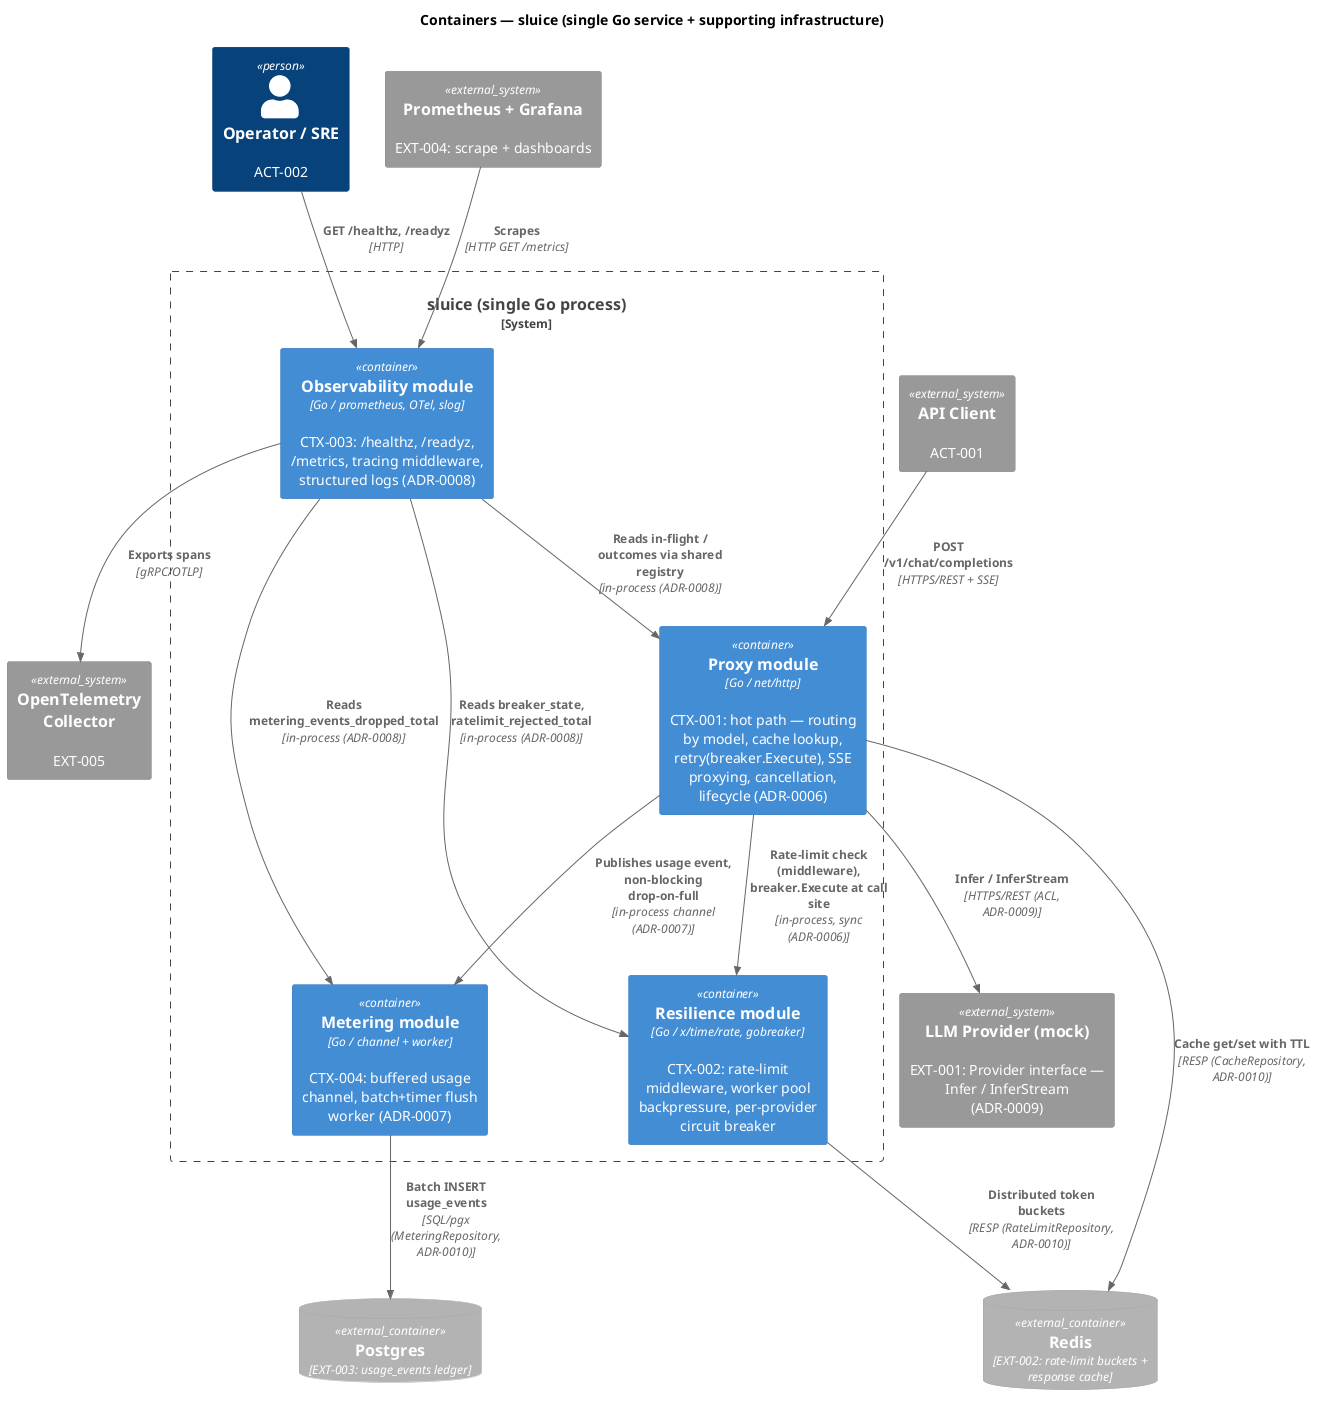
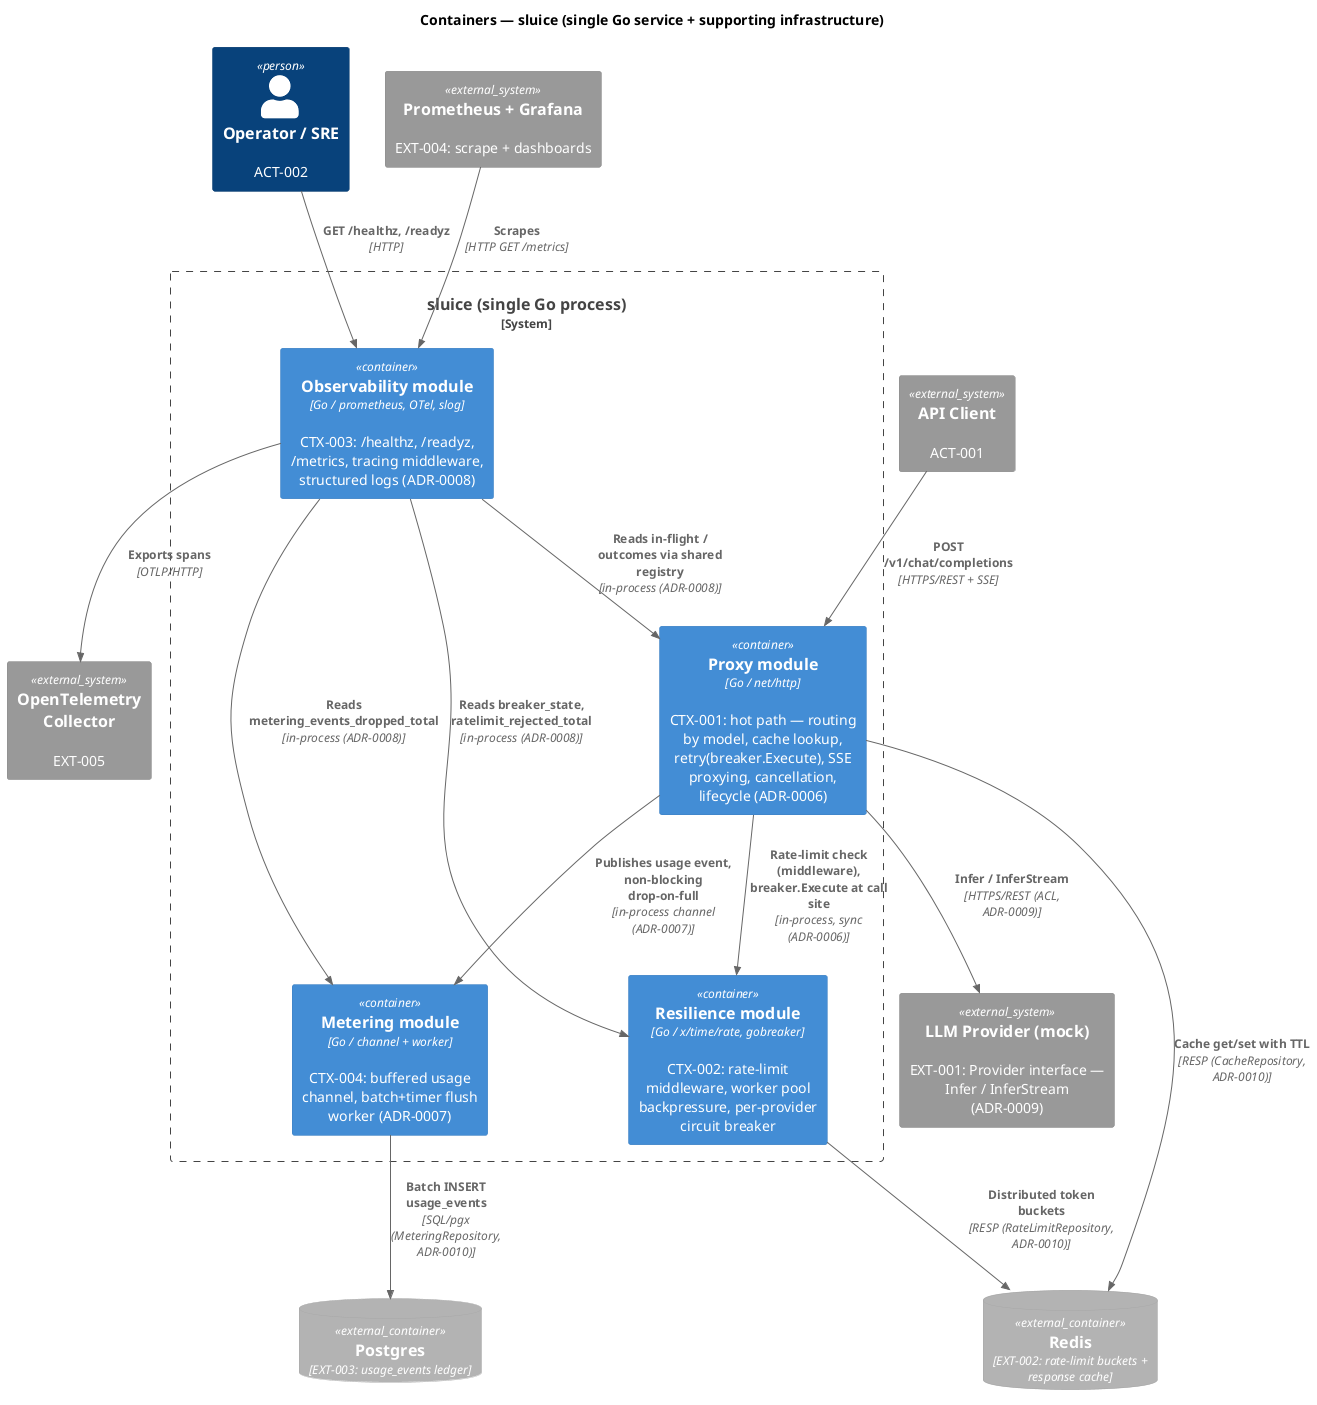
@startuml
!include <C4/C4_Container>
' ============================================================
' C4 Containers Diagram (Level 2) — Auto-generated by forge:architect-synthesis. Do not edit manually.
' Source: meta/architecture/domain/contexts.yml + decisions/
' Note (CON-003): sluice is ONE Go service (single deployable), NOT microservices.
'   The four bounded contexts (Proxy, Resilience, Observability, Metering) are logical
'   modules inside the single process, drawn here as components-within-the-service so the
'   container view stays honest. Infrastructure containers (Redis, Postgres, Prometheus,
'   Grafana, OTel Collector) and the mock Provider are separate deployables (docker-compose, CON-005).
' Generated from: CTX-001..CTX-004, context_map, ADR-0006/0007/0008/0009/0010, CON-001/003/005
' ============================================================
title Containers — sluice (single Go service + supporting infrastructure)

Person(operator, "Operator / SRE", "ACT-002")
System_Ext(apiClient, "API Client", "ACT-001")

System_Boundary(sluice, "sluice (single Go process)") {
  Container(proxy, "Proxy module", "Go / net/http", "CTX-001: hot path — routing by model, cache lookup, retry(breaker.Execute), SSE proxying, cancellation, lifecycle (ADR-0006)")
  Container(resilience, "Resilience module", "Go / x/time/rate, gobreaker", "CTX-002: rate-limit middleware, worker pool backpressure, per-provider circuit breaker")
  Container(observability, "Observability module", "Go / prometheus, OTel, slog", "CTX-003: /healthz, /readyz, /metrics, tracing middleware, structured logs (ADR-0008)")
  Container(metering, "Metering module", "Go / channel + worker", "CTX-004: buffered usage channel, batch+timer flush worker (ADR-0007)")
}

System_Ext(llmProvider, "LLM Provider (mock)", "EXT-001: Provider interface — Infer / InferStream (ADR-0009)")
ContainerDb_Ext(redis, "Redis", "EXT-002: rate-limit buckets + response cache")
ContainerDb_Ext(postgres, "Postgres", "EXT-003: usage_events ledger")
System_Ext(prometheus, "Prometheus + Grafana", "EXT-004: scrape + dashboards")
System_Ext(otel, "OpenTelemetry Collector", "EXT-005")

Rel(apiClient, proxy, "POST /v1/chat/completions", "HTTPS/REST + SSE")
Rel(operator, observability, "GET /healthz, /readyz", "HTTP")

Rel(proxy, resilience, "Rate-limit check (middleware), breaker.Execute at call site", "in-process, sync (ADR-0006)")
Rel(proxy, metering, "Publishes usage event, non-blocking drop-on-full", "in-process channel (ADR-0007)")
Rel(observability, proxy, "Reads in-flight / outcomes via shared registry", "in-process (ADR-0008)")
Rel(observability, resilience, "Reads breaker_state, ratelimit_rejected_total", "in-process (ADR-0008)")
Rel(observability, metering, "Reads metering_events_dropped_total", "in-process (ADR-0008)")

Rel(proxy, llmProvider, "Infer / InferStream", "HTTPS/REST (ACL, ADR-0009)")
Rel(proxy, redis, "Cache get/set with TTL", "RESP (CacheRepository, ADR-0010)")
Rel(resilience, redis, "Distributed token buckets", "RESP (RateLimitRepository, ADR-0010)")
Rel(metering, postgres, "Batch INSERT usage_events", "SQL/pgx (MeteringRepository, ADR-0010)")
Rel(prometheus, observability, "Scrapes", "HTTP GET /metrics")
- Rel(observability, otel, "Exports spans", "gRPC/OTLP")
+ Rel(observability, otel, "Exports spans", "OTLP/HTTP")
@enduml
